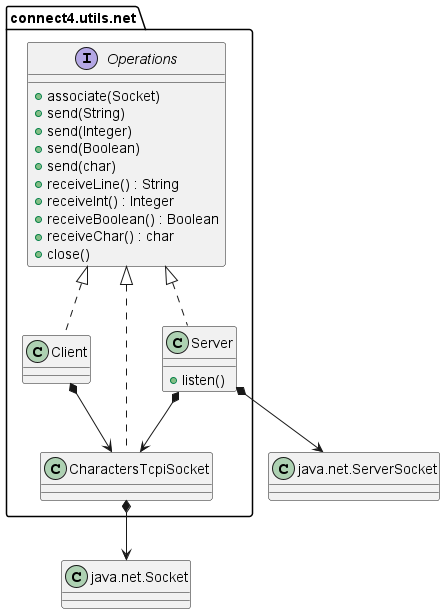
Above: out/connect4/Docs/diagrams/src/packages/connect4.utils.net/utils.net.png in js-rom/connect4 (PlantUML), before the change. Its diagram source:
```plantuml
@startuml utils.net

package net as "connect4.utils.net" {
    interface Operations {
        + associate(Socket)
        + send(String)
        + send(Integer)
        +send(Boolean)
        +send(char)
        + receiveLine() : String
        + receiveInt() : Integer
        + receiveBoolean() : Boolean
        + receiveChar() : char
        + close()
    }
    class Client {
    }
    class Server {
        + listen()
    }
    class CharactersTcpiSocket {

    }
}

class ServerSocket as "java.net.ServerSocket"
class Socket as "java.net.Socket"

Operations <|.. net.Client
Operations <|.. net.Server
Operations <|.. net.CharactersTcpiSocket
net.Client *--> net.CharactersTcpiSocket
net.Server *--> net.CharactersTcpiSocket
net.Server *--> ServerSocket
net.CharactersTcpiSocket *--> Socket

@enduml
```
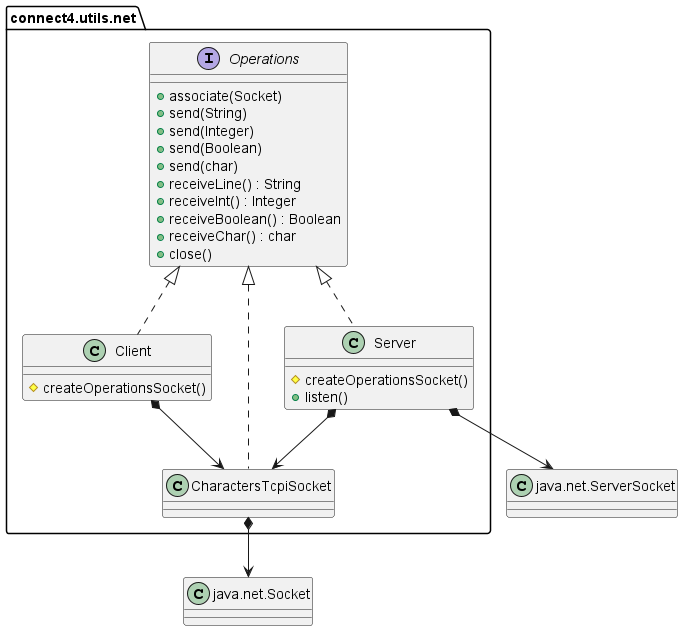
Later version of the same file.

Change to the diagram source:
```diff
@@ -14,8 +14,10 @@
         + close()
     }
     class Client {
+        # createOperationsSocket()
     }
     class Server {
+        # createOperationsSocket()
         + listen()
     }
     class CharactersTcpiSocket {
```
